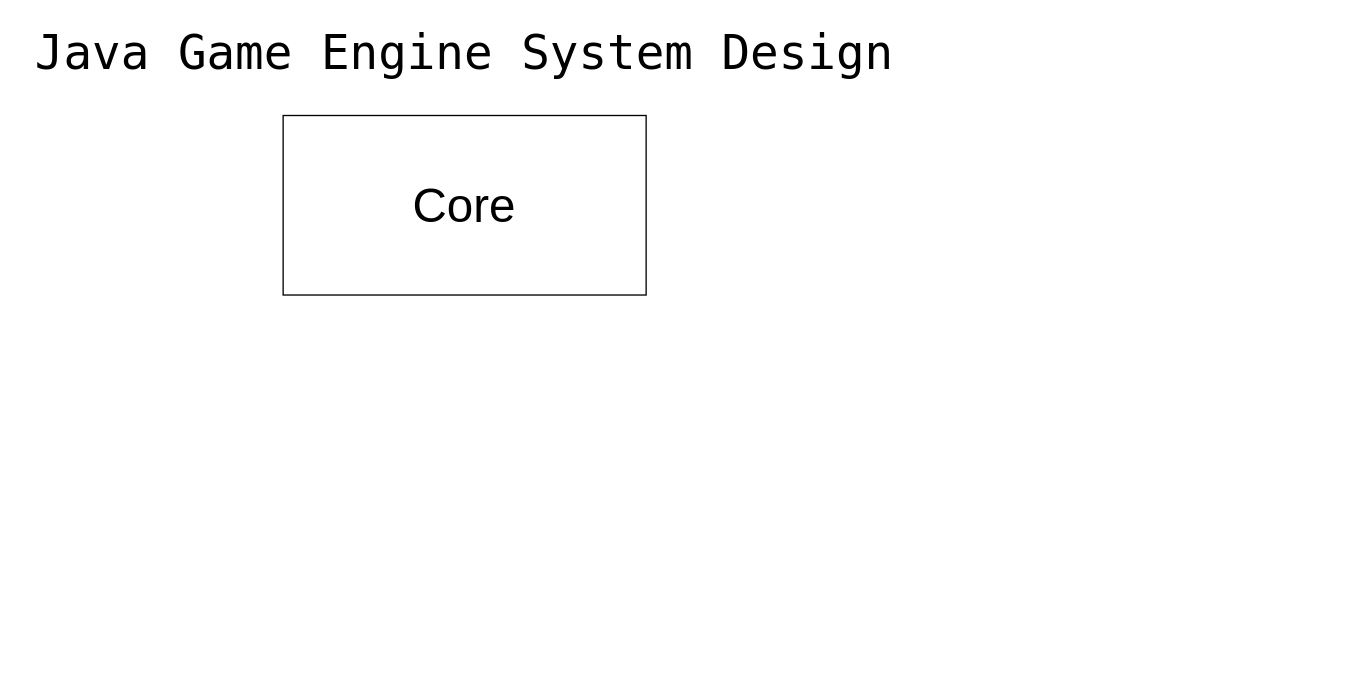
The draw.io diagram draw.io/System Design.drawio in kayaturnali7/2D-Game-Engine-in-Java, before the edit. Source tidied: cells renumbered, new cells numbered last; positions are measured from the earlier drawing's top-left corner, leaving out a move shared by most shapes. Both pictures are drawn from the tidied source at 132%, with x=0, y=0 at pixel (22, 30).
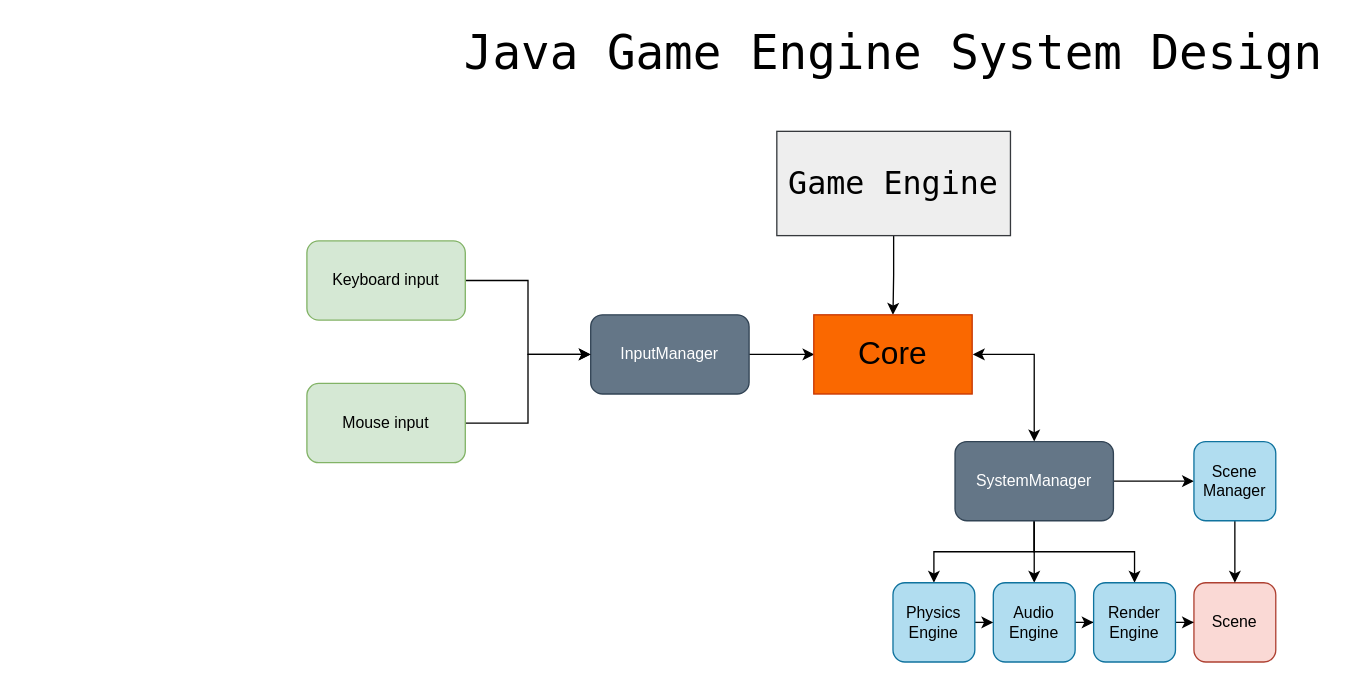
After the change.

What changed in the source:
```diff
@@
-<mxGraphModel background="light-dark(#FFFFFF,#777777)">
+<mxGraphModel background="light-dark(#FFFFFF,#2D2D2D)">
@@
+    <mxCell id="4" style="edgeStyle=orthogonalEdgeStyle;rounded=0;jettySize=auto;html=1;exitX=1;exitY=0.5;exitDx=0;exitDy=0;" parent="1" edge="1" source="2">
+      <mxGeometry relative="1" as="geometry">
+        <mxPoint x="748" y="116.1" as="targetPoint" />
+      </mxGeometry>
+    </mxCell>
+    <mxCell id="5" style="edgeStyle=orthogonalEdgeStyle;rounded=0;jettySize=auto;html=1;" parent="1" edge="1" source="2" target="20">
+      <mxGeometry relative="1" as="geometry" />
+    </mxCell>
-    <mxCell id="2" value="&lt;font style=&quot;font-size: 36px;&quot;&gt;Core&lt;/font&gt;" style="rounded=0;whiteSpace=wrap;html=1;" parent="1" vertex="1">
-      <mxGeometry x="197" y="64" width="275" height="136" as="geometry" />
+    <mxCell id="2" value="&lt;font style=&quot;font-size: 24px;&quot; face=&quot;Lucida Console&quot;&gt;Game Engine&lt;/font&gt;" style="rounded=0;whiteSpace=wrap;html=1;flipH=0;legacyAnchorPoints=0;flipV=0;fillColor=#eeeeee;strokeColor=#36393d;" parent="1" vertex="1">
+      <mxGeometry x="571" y="76" width="177" height="79" as="geometry" />
     </mxCell>
     <mxCell id="3" value="&lt;font style=&quot;font-size: 36px;&quot; face=&quot;Lucida Console&quot;&gt;Java Game Engine System Design&lt;/font&gt;" style="text;html=1;whiteSpace=wrap;strokeColor=none;fillColor=none;align=center;verticalAlign=middle;rounded=0;" parent="1" vertex="1">
-      <mxGeometry width="669" height="31" as="geometry" />
+      <mxGeometry x="325" width="669" height="31" as="geometry" />
     </mxCell>
+    <mxCell id="6" style="edgeStyle=orthogonalEdgeStyle;rounded=0;jettySize=auto;html=1;exitX=1;exitY=0.5;exitDx=0;exitDy=0;fontFamily='Lucida Console';startArrow=classic;startFill=1;" parent="1" edge="1" target="13">
+      <mxGeometry relative="1" as="geometry">
+        <mxPoint x="719.5" y="245" as="sourcePoint" />
+        <Array as="points">
+          <mxPoint x="766" y="245" />
+        </Array>
+      </mxGeometry>
+    </mxCell>
+    <mxCell id="7" style="edgeStyle=orthogonalEdgeStyle;rounded=0;jettySize=auto;html=1;exitX=0;exitY=0.5;exitDx=0;exitDy=0;fontFamily='Lucida Console';startArrow=classic;startFill=1;endArrow=none;endFill=0;" parent="1" edge="1" target="8">
+      <mxGeometry relative="1" as="geometry">
+        <mxPoint x="599.5" y="245" as="sourcePoint" />
+        <Array as="points">
+          <mxPoint x="511" y="245" />
+        </Array>
+      </mxGeometry>
+    </mxCell>
+    <mxCell id="8" value="InputManager" style="rounded=1;whiteSpace=wrap;html=1;fontFamily='Lucida Console';fillColor=#647687;strokeColor=#314354;fontColor=#ffffff;" parent="1" vertex="1">
+      <mxGeometry x="430" y="215" width="120" height="60" as="geometry" />
+    </mxCell>
+    <mxCell id="9" style="edgeStyle=orthogonalEdgeStyle;rounded=0;jettySize=auto;html=1;entryX=0.5;entryY=0;entryDx=0;entryDy=0;fontFamily='Lucida Console';" parent="1" edge="1" source="13" target="19">
+      <mxGeometry relative="1" as="geometry" />
+    </mxCell>
+    <mxCell id="10" style="edgeStyle=orthogonalEdgeStyle;rounded=0;jettySize=auto;html=1;entryX=0.5;entryY=0;entryDx=0;entryDy=0;fontFamily='Lucida Console';" parent="1" edge="1" source="13" target="24">
+      <mxGeometry relative="1" as="geometry" />
+    </mxCell>
+    <mxCell id="11" style="edgeStyle=orthogonalEdgeStyle;rounded=0;jettySize=auto;html=1;entryX=0.5;entryY=0;entryDx=0;entryDy=0;fontFamily='Lucida Console';" parent="1" edge="1" source="13" target="22">
+      <mxGeometry relative="1" as="geometry" />
+    </mxCell>
+    <mxCell id="12" style="edgeStyle=orthogonalEdgeStyle;rounded=0;jettySize=auto;html=1;exitX=1;exitY=0.5;exitDx=0;exitDy=0;entryX=0;entryY=0.5;entryDx=0;entryDy=0;fontFamily='Lucida Console';" parent="1" edge="1" source="13" target="27">
+      <mxGeometry relative="1" as="geometry" />
+    </mxCell>
+    <mxCell id="13" value="SystemManager" style="rounded=1;whiteSpace=wrap;html=1;fontFamily='Lucida Console';fillColor=#647687;strokeColor=#314354;fontColor=#ffffff;" parent="1" vertex="1">
+      <mxGeometry x="706" y="311" width="120" height="60" as="geometry" />
+    </mxCell>
+    <mxCell id="14" style="edgeStyle=orthogonalEdgeStyle;rounded=0;jettySize=auto;html=1;entryX=0;entryY=0.5;entryDx=0;entryDy=0;fontFamily='Lucida Console';" parent="1" edge="1" source="15" target="8">
+      <mxGeometry relative="1" as="geometry" />
+    </mxCell>
+    <mxCell id="15" value="Mouse input" style="rounded=1;whiteSpace=wrap;html=1;fontFamily='Lucida Console';fillColor=#d5e8d4;strokeColor=#82b366;" parent="1" vertex="1">
+      <mxGeometry x="215" y="267" width="120" height="60" as="geometry" />
+    </mxCell>
+    <mxCell id="16" style="edgeStyle=orthogonalEdgeStyle;rounded=0;jettySize=auto;html=1;entryX=0;entryY=0.5;entryDx=0;entryDy=0;fontFamily='Lucida Console';" parent="1" edge="1" source="17" target="8">
+      <mxGeometry relative="1" as="geometry" />
+    </mxCell>
+    <mxCell id="17" value="Keyboard input" style="rounded=1;whiteSpace=wrap;html=1;fontFamily='Lucida Console';fillColor=#d5e8d4;strokeColor=#82b366;" parent="1" vertex="1">
+      <mxGeometry x="215" y="159" width="120" height="60" as="geometry" />
+    </mxCell>
+    <mxCell id="18" style="edgeStyle=orthogonalEdgeStyle;rounded=0;jettySize=auto;html=1;entryX=0;entryY=0.5;entryDx=0;entryDy=0;fontFamily='Lucida Console';" parent="1" edge="1" source="19" target="22">
+      <mxGeometry relative="1" as="geometry" />
+    </mxCell>
+    <mxCell id="19" value="Audio Engine" style="rounded=1;whiteSpace=wrap;html=1;fontFamily='Lucida Console';fillColor=#b1ddf0;strokeColor=#10739e;" parent="1" vertex="1">
+      <mxGeometry x="735" y="418" width="62" height="60" as="geometry" />
+    </mxCell>
+    <mxCell id="20" value="&lt;font style=&quot;font-size: 24px;&quot;&gt;Core&lt;/font&gt;" style="whiteSpace=wrap;html=1;fontFamily='Lucida Console';fillColor=#fa6800;fontColor=#000000;strokeColor=#C73500;" parent="1" vertex="1">
+      <mxGeometry x="599" y="215" width="120" height="60" as="geometry" />
+    </mxCell>
+    <mxCell id="21" style="edgeStyle=orthogonalEdgeStyle;rounded=0;jettySize=auto;html=1;fontFamily='Lucida Console';" parent="1" edge="1" source="22" target="25">
+      <mxGeometry relative="1" as="geometry" />
+    </mxCell>
+    <mxCell id="22" value="Render Engine" style="rounded=1;whiteSpace=wrap;html=1;fontFamily='Lucida Console';fillColor=#b1ddf0;strokeColor=#10739e;" parent="1" vertex="1">
+      <mxGeometry x="811" y="418" width="62" height="60" as="geometry" />
+    </mxCell>
+    <mxCell id="23" style="edgeStyle=orthogonalEdgeStyle;rounded=0;jettySize=auto;html=1;exitX=1;exitY=0.5;exitDx=0;exitDy=0;entryX=0;entryY=0.5;entryDx=0;entryDy=0;fontFamily='Lucida Console';" parent="1" edge="1" source="24" target="19">
+      <mxGeometry relative="1" as="geometry" />
+    </mxCell>
+    <mxCell id="24" value="Physics Engine" style="rounded=1;whiteSpace=wrap;html=1;fontFamily='Lucida Console';fillColor=#b1ddf0;strokeColor=#10739e;" parent="1" vertex="1">
+      <mxGeometry x="659" y="418" width="62" height="60" as="geometry" />
+    </mxCell>
+    <mxCell id="25" value="Scene" style="rounded=1;whiteSpace=wrap;html=1;fontFamily='Lucida Console';fillColor=#fad9d5;strokeColor=#ae4132;" parent="1" vertex="1">
+      <mxGeometry x="887" y="418" width="62" height="60" as="geometry" />
+    </mxCell>
+    <mxCell id="26" style="edgeStyle=orthogonalEdgeStyle;rounded=0;jettySize=auto;html=1;entryX=0.5;entryY=0;entryDx=0;entryDy=0;fontFamily='Lucida Console';" parent="1" edge="1" source="27" target="25">
+      <mxGeometry relative="1" as="geometry" />
+    </mxCell>
+    <mxCell id="27" value="Scene Manager" style="rounded=1;whiteSpace=wrap;html=1;fontFamily='Lucida Console';fillColor=#b1ddf0;strokeColor=#10739e;" parent="1" vertex="1">
+      <mxGeometry x="887" y="311" width="62" height="60" as="geometry" />
+    </mxCell>
```
